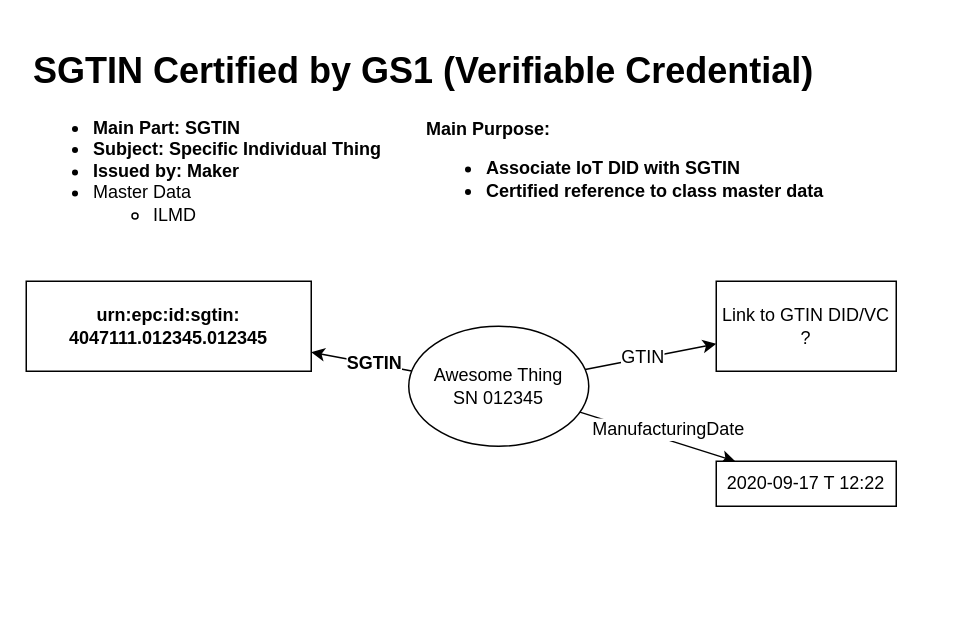
Before: page "SGTIN" (4 of 5) of ssi/GS1-VCs.drawio in gs1-germany-innolab/CertifiedByGS1-I4.0-OnePager, a draw.io diagram. Source tidied: cells renumbered, new cells numbered last; positions are measured from the earlier drawing's top-left corner, leaving out a move shared by most shapes. Both pictures are drawn from the tidied source at 150%, with x=0, y=0 at pixel (26, 40).
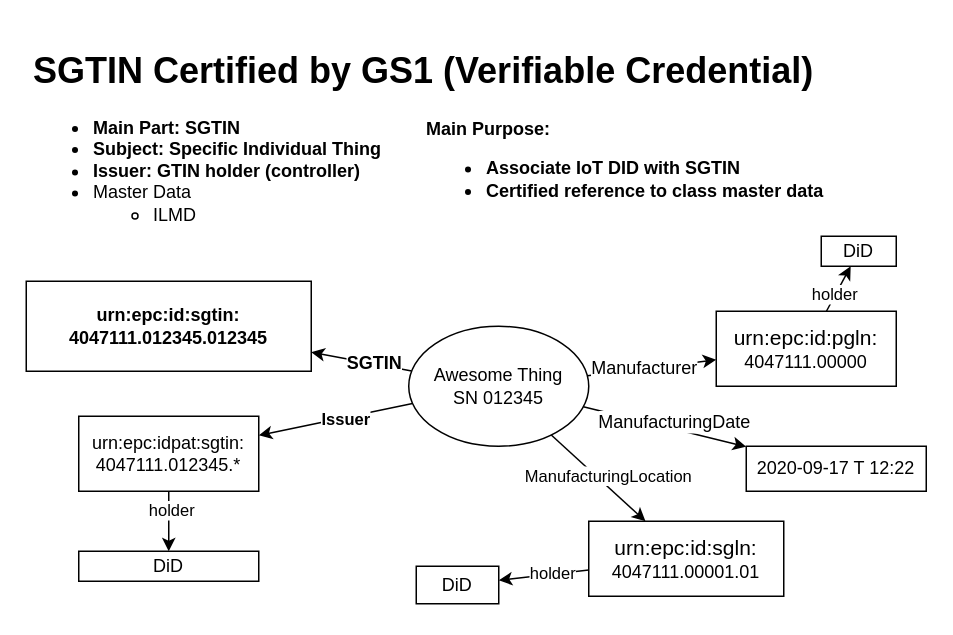
Above is the later version.

Unchanged cells that the change refers to:
```xml
<mxCell id="6" style="edgeStyle=none;rounded=0;jettySize=auto;html=1;fontSize=12;" parent="1" edge="1" source="10" target="12">
  <mxGeometry relative="1" as="geometry" />
</mxCell>
<mxCell id="10" value="Awesome Thing&lt;br&gt;SN 012345" style="ellipse;whiteSpace=wrap;html=1;" parent="1" vertex="1">
  <mxGeometry x="255" y="190" width="120" height="80" as="geometry" />
</mxCell>
```

Diff of the diagram source:
```diff
@@
-    <mxCell id="2" value="&lt;h1&gt;SGTIN Certified by GS1 (Verifiable Credential)&lt;br&gt;&lt;/h1&gt;&lt;ul&gt;&lt;li&gt;&lt;b&gt;Main Part: SGTIN&lt;/b&gt;&lt;/li&gt;&lt;li&gt;&lt;b&gt;Subject: Specific Individual Thing&lt;/b&gt;&lt;/li&gt;&lt;li&gt;&lt;b&gt;Issued by: Maker&lt;br&gt;&lt;/b&gt;&lt;/li&gt;&lt;li&gt;Master Data&lt;/li&gt;&lt;ul&gt;&lt;li&gt;ILMD&lt;br&gt;&lt;/li&gt;&lt;/ul&gt;&lt;/ul&gt;" style="text;html=1;strokeColor=none;fillColor=none;spacing=5;spacingTop=-20;whiteSpace=wrap;overflow=hidden;rounded=0;fontSize=12;" parent="1" vertex="1">
+    <mxCell id="2" value="&lt;h1&gt;SGTIN Certified by GS1 (Verifiable Credential)&lt;br&gt;&lt;/h1&gt;&lt;ul&gt;&lt;li&gt;&lt;b&gt;Main Part: SGTIN&lt;/b&gt;&lt;/li&gt;&lt;li&gt;&lt;b&gt;Subject: Specific Individual Thing&lt;/b&gt;&lt;/li&gt;&lt;li&gt;&lt;b&gt;Issuer: GTIN holder (controller)&lt;br&gt;&lt;/b&gt;&lt;/li&gt;&lt;li&gt;Master Data&lt;/li&gt;&lt;ul&gt;&lt;li&gt;ILMD&lt;br&gt;&lt;/li&gt;&lt;/ul&gt;&lt;/ul&gt;" style="text;html=1;strokeColor=none;fillColor=none;spacing=5;spacingTop=-20;whiteSpace=wrap;overflow=hidden;rounded=0;fontSize=12;" parent="1" vertex="1">
       <mxGeometry width="600" height="190" as="geometry" />
     </mxCell>
@@
-    <mxCell id="7" value="GTIN" style="edgeLabel;html=1;align=center;verticalAlign=middle;fontSize=12;" parent="6" vertex="1">
+    <mxCell id="7" value="Manufacturer" style="edgeLabel;html=1;align=center;verticalAlign=middle;fontSize=12;" parent="6" vertex="1">
       <mxGeometry x="-0.13" y="1" relative="1" as="geometry" />
     </mxCell>
@@
+    <mxCell id="15" style="edgeStyle=none;rounded=0;jettySize=auto;html=1;" parent="1" edge="1" source="10" target="23">
+      <mxGeometry relative="1" as="geometry" />
+    </mxCell>
+    <mxCell id="16" value="Issuer" style="edgeLabel;html=1;align=center;verticalAlign=middle;fontStyle=1;" parent="15" vertex="1">
+      <mxGeometry x="-0.13" y="1" relative="1" as="geometry" />
+    </mxCell>
+    <mxCell id="17" style="edgeStyle=none;rounded=0;jettySize=auto;html=1;" parent="1" edge="1" source="10" target="26">
+      <mxGeometry relative="1" as="geometry" />
+    </mxCell>
+    <mxCell id="18" value="ManufacturingLocation" style="edgeLabel;html=1;align=center;verticalAlign=middle;" parent="17" vertex="1">
+      <mxGeometry x="0.21" y="-1" relative="1" as="geometry">
+        <mxPoint y="-8.7" as="offset" />
+      </mxGeometry>
+    </mxCell>
@@
+    <mxCell id="19" style="edgeStyle=none;rounded=0;jettySize=auto;html=1;" parent="1" edge="1" source="12" target="29">
+      <mxGeometry relative="1" as="geometry" />
+    </mxCell>
+    <mxCell id="20" value="holder" style="edgeLabel;html=1;align=center;verticalAlign=middle;" parent="19" vertex="1">
+      <mxGeometry x="-0.25" y="1" relative="1" as="geometry" />
+    </mxCell>
-    <mxCell id="12" value="Link to GTIN DID/VC ?" style="whiteSpace=wrap;html=1;" parent="1" vertex="1">
-      <mxGeometry x="460" y="160" width="120" height="60" as="geometry" />
+    <mxCell id="12" value="&lt;div style=&quot;box-sizing: border-box ; font-family: &amp;#34;segoe ui&amp;#34; , , &amp;#34;apple color emoji&amp;#34; , &amp;#34;segoe ui emoji&amp;#34; , sans-serif ; font-size: 14px ; font-style: normal ; font-weight: 400 ; letter-spacing: normal ; text-indent: 0px ; text-transform: none ; word-spacing: 0px&quot;&gt;urn:epc:id:pgln:&lt;/div&gt;4047111.00000" style="whiteSpace=wrap;html=1;" parent="1" vertex="1">
+      <mxGeometry x="460" y="180" width="120" height="50" as="geometry" />
     </mxCell>
@@
     <mxCell id="14" value="2020-09-17 T 12:22" style="whiteSpace=wrap;html=1;" parent="1" vertex="1">
-      <mxGeometry x="460" y="280" width="120" height="30" as="geometry" />
+      <mxGeometry x="480" y="270" width="120" height="30" as="geometry" />
     </mxCell>
+    <mxCell id="21" style="edgeStyle=none;rounded=0;jettySize=auto;html=1;" parent="1" edge="1" source="23" target="28">
+      <mxGeometry relative="1" as="geometry" />
+    </mxCell>
+    <mxCell id="22" value="holder" style="edgeLabel;html=1;align=center;verticalAlign=middle;" parent="21" vertex="1">
+      <mxGeometry x="-0.39" y="1" relative="1" as="geometry" />
+    </mxCell>
+    <mxCell id="23" value="urn:epc:idpat:sgtin:&lt;br&gt;4047111.012345.*" style="whiteSpace=wrap;html=1;" parent="1" vertex="1">
+      <mxGeometry x="35" y="250" width="120" height="50" as="geometry" />
+    </mxCell>
+    <mxCell id="24" style="edgeStyle=none;rounded=0;jettySize=auto;html=1;" parent="1" edge="1" source="26" target="30">
+      <mxGeometry relative="1" as="geometry" />
+    </mxCell>
+    <mxCell id="25" value="holder" style="edgeLabel;html=1;align=center;verticalAlign=middle;" parent="24" vertex="1">
+      <mxGeometry x="-0.37" y="-1" relative="1" as="geometry">
+        <mxPoint x="-5.7" y="1" as="offset" />
+      </mxGeometry>
+    </mxCell>
+    <mxCell id="26" value="&lt;div style=&quot;box-sizing: border-box ; font-family: &amp;#34;segoe ui&amp;#34; , , &amp;#34;apple color emoji&amp;#34; , &amp;#34;segoe ui emoji&amp;#34; , sans-serif ; font-size: 14px ; font-style: normal ; font-weight: 400 ; letter-spacing: normal ; text-indent: 0px ; text-transform: none ; word-spacing: 0px&quot;&gt;urn:epc:id:sgln:&lt;/div&gt;4047111.00001.01" style="whiteSpace=wrap;html=1;" parent="1" vertex="1">
+      <mxGeometry x="375" y="320" width="130" height="50" as="geometry" />
+    </mxCell>
+    <mxCell id="27" style="edgeStyle=none;rounded=0;orthogonalLoop=1;jettySize=auto;html=1;exitX=0.5;exitY=1;exitDx=0;exitDy=0;" parent="1" edge="1" source="26" target="26">
+      <mxGeometry relative="1" as="geometry" />
+    </mxCell>
+    <mxCell id="28" value="DiD" style="whiteSpace=wrap;html=1;" parent="1" vertex="1">
+      <mxGeometry x="35" y="340" width="120" height="20" as="geometry" />
+    </mxCell>
+    <mxCell id="29" value="DiD" style="whiteSpace=wrap;html=1;" parent="1" vertex="1">
+      <mxGeometry x="530" y="130" width="50" height="20" as="geometry" />
+    </mxCell>
+    <mxCell id="30" value="DiD" style="whiteSpace=wrap;html=1;" parent="1" vertex="1">
+      <mxGeometry x="260" y="350" width="55" height="25" as="geometry" />
+    </mxCell>
```
